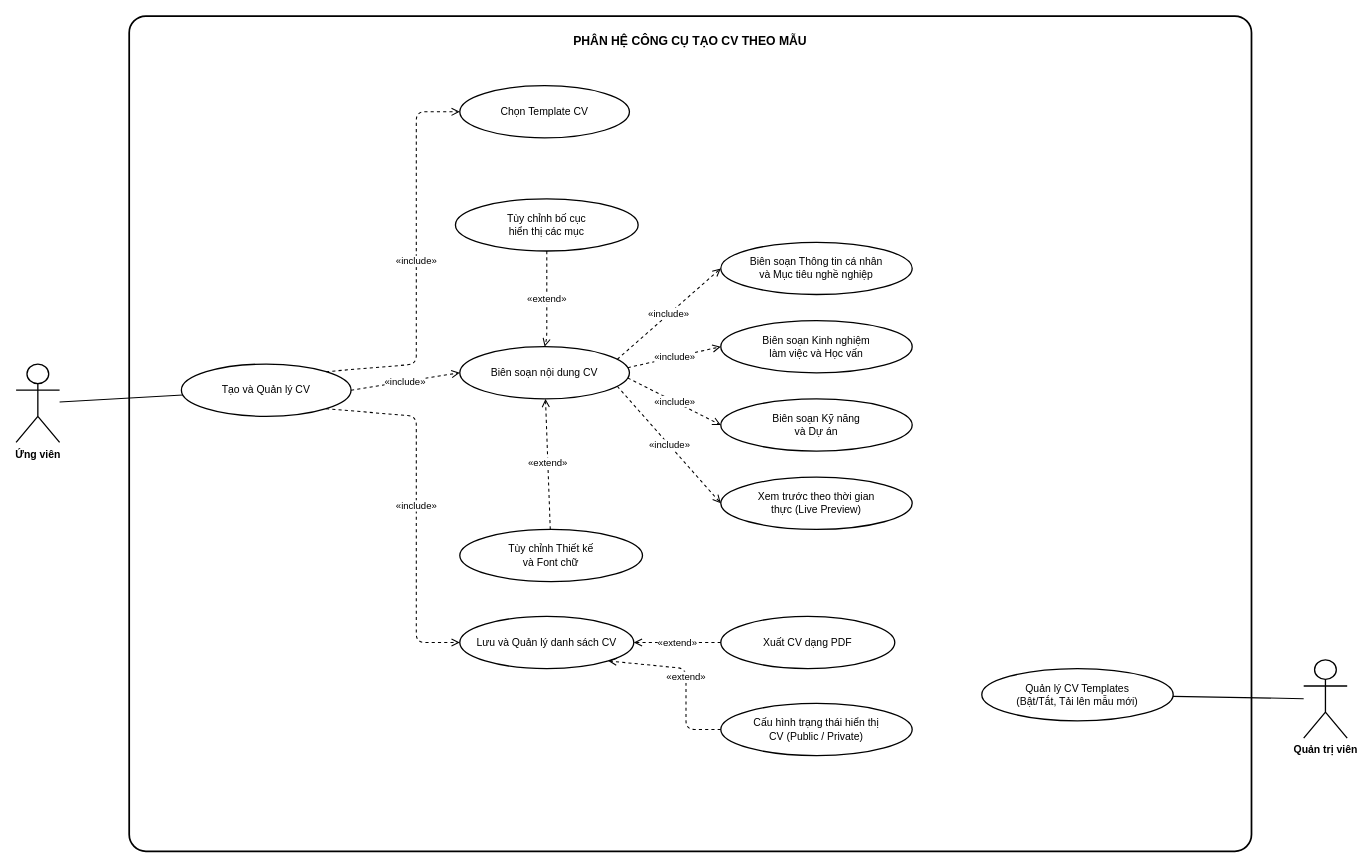
Earlier version of the draw.io diagram diagrams/usecase_cv_template.drawio (SE-Project-CTU/smart-recruitment-docs). Source tidied: cells renumbered, new cells numbered last; positions are measured from the earlier drawing's top-left corner, leaving out a move shared by most shapes. Both pictures are drawn from the tidied source at 87%, with x=0, y=0 at pixel (16, 16).
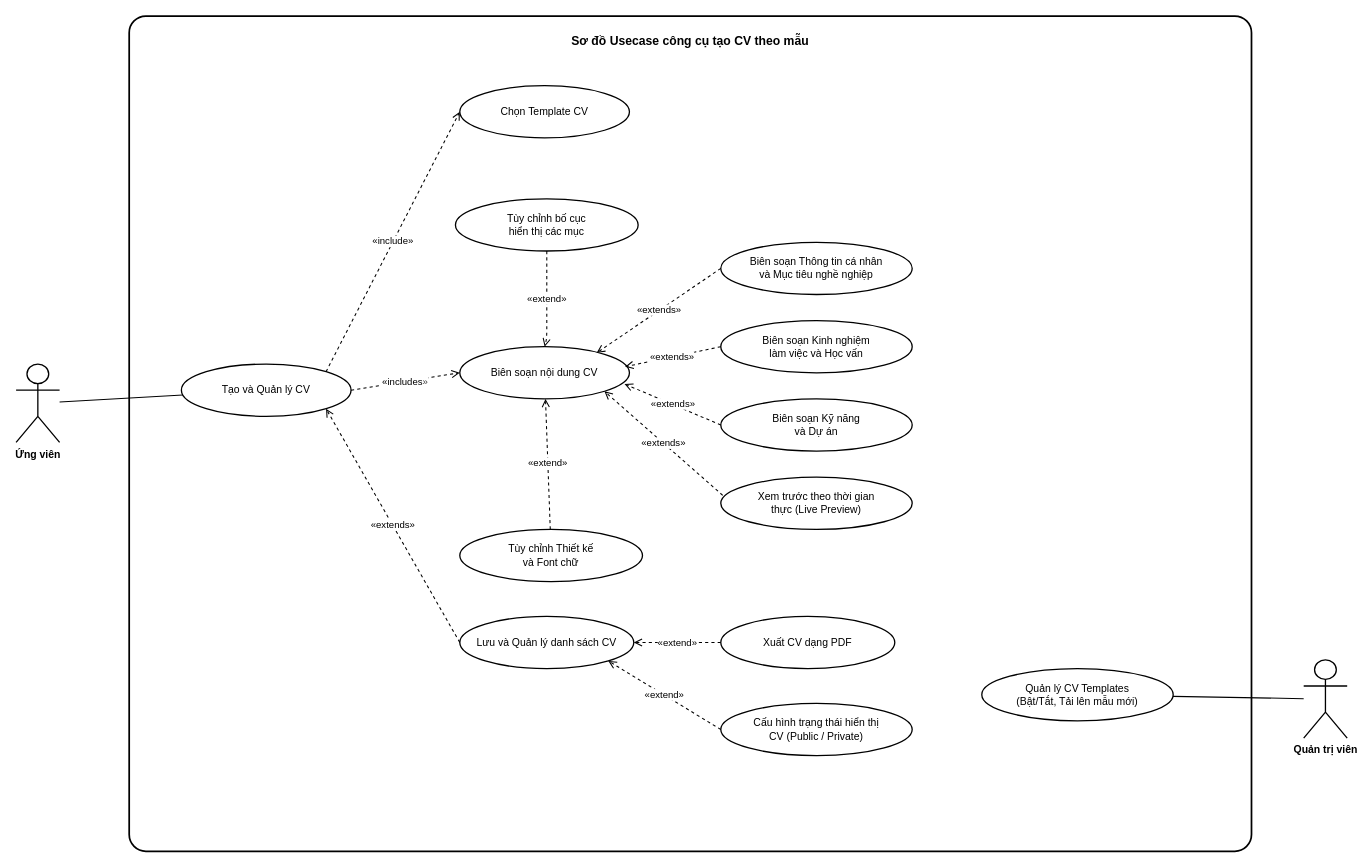
Above is the later version.

Commit message (it also covers changes not shown here):
refactor: fix 6 usecases template

Unchanged cells that the change refers to:
```xml
<mxCell id="5" value="Tạo và Quản lý CV" style="ellipse;whiteSpace=wrap;html=1;strokeWidth=1.5;strokeColor=#000000;fillColor=#FFFFFF;fontColor=#000000;fontSize=12;align=center;verticalAlign=middle;" parent="1" vertex="1">
  <mxGeometry x="190" y="400" width="195" height="60" as="geometry" />
</mxCell>
<mxCell id="6" value="Chọn Template CV" style="ellipse;whiteSpace=wrap;html=1;strokeWidth=1.5;strokeColor=#000000;fillColor=#FFFFFF;fontColor=#000000;fontSize=12;align=center;verticalAlign=middle;" parent="1" vertex="1">
  <mxGeometry x="510" y="80" width="195" height="60" as="geometry" />
</mxCell>
<mxCell id="7" value="Biên soạn nội dung CV" style="ellipse;whiteSpace=wrap;html=1;strokeWidth=1.5;strokeColor=#000000;fillColor=#FFFFFF;fontColor=#000000;fontSize=12;align=center;verticalAlign=middle;" parent="1" vertex="1">
  <mxGeometry x="510" y="380" width="195" height="60" as="geometry" />
</mxCell>
<mxCell id="8" value="Lưu và Quản lý danh sách CV" style="ellipse;whiteSpace=wrap;html=1;strokeWidth=1.5;strokeColor=#000000;fillColor=#FFFFFF;fontColor=#000000;fontSize=12;align=center;verticalAlign=middle;" parent="1" vertex="1">
  <mxGeometry x="510" y="690" width="200" height="60" as="geometry" />
</mxCell>
<mxCell id="9" value="Biên soạn Thông tin cá nhân&#10;và Mục tiêu nghề nghiệp" style="ellipse;whiteSpace=wrap;html=1;strokeWidth=1.5;strokeColor=#000000;fillColor=#FFFFFF;fontColor=#000000;fontSize=12;align=center;verticalAlign=middle;" parent="1" vertex="1">
  <mxGeometry x="810" y="260" width="220" height="60" as="geometry" />
</mxCell>
<mxCell id="10" value="Biên soạn Kinh nghiệm&#10;làm việc và Học vấn" style="ellipse;whiteSpace=wrap;html=1;strokeWidth=1.5;strokeColor=#000000;fillColor=#FFFFFF;fontColor=#000000;fontSize=12;align=center;verticalAlign=middle;" parent="1" vertex="1">
  <mxGeometry x="810" y="350" width="220" height="60" as="geometry" />
</mxCell>
<mxCell id="11" value="Biên soạn Kỹ năng&#10;và Dự án" style="ellipse;whiteSpace=wrap;html=1;strokeWidth=1.5;strokeColor=#000000;fillColor=#FFFFFF;fontColor=#000000;fontSize=12;align=center;verticalAlign=middle;" parent="1" vertex="1">
  <mxGeometry x="810" y="440" width="220" height="60" as="geometry" />
</mxCell>
<mxCell id="12" value="Xem trước theo thời gian&#10;thực (Live Preview)" style="ellipse;whiteSpace=wrap;html=1;strokeWidth=1.5;strokeColor=#000000;fillColor=#FFFFFF;fontColor=#000000;fontSize=12;align=center;verticalAlign=middle;" parent="1" vertex="1">
  <mxGeometry x="810" y="530" width="220" height="60" as="geometry" />
</mxCell>
<mxCell id="16" value="Cấu hình trạng thái hiển thị&#10;CV (Public / Private)" style="ellipse;whiteSpace=wrap;html=1;strokeWidth=1.5;strokeColor=#000000;fillColor=#FFFFFF;fontColor=#000000;fontSize=12;align=center;verticalAlign=middle;" parent="1" vertex="1">
  <mxGeometry x="810" y="790" width="220" height="60" as="geometry" />
</mxCell>
```

Change to the diagram source:
```diff
@@
-    <mxCell id="2" value="PHÂN HỆ CÔNG CỤ TẠO CV THEO MẪU" style="rounded=1;arcSize=2;whiteSpace=wrap;html=1;strokeWidth=2;strokeColor=#000000;fillColor=#FFFFFF;fontColor=#000000;fontStyle=1;fontSize=14;verticalAlign=top;spacingTop=14;glass=0;" parent="1" vertex="1">
+    <mxCell id="2" value="Sơ đồ Usecase công cụ tạo CV theo mẫu" style="rounded=1;arcSize=2;whiteSpace=wrap;html=1;strokeWidth=2;strokeColor=#000000;fillColor=#FFFFFF;fontColor=#000000;fontStyle=1;fontSize=14;verticalAlign=top;spacingTop=14;glass=0;" parent="1" vertex="1">
       <mxGeometry x="130" width="1290" height="960" as="geometry" />
     </mxCell>
@@
     <mxCell id="20" value="«include»" style="dashed=1;endArrow=open;endFill=0;endSize=7;html=1;strokeWidth=1.2;strokeColor=#000000;fontColor=#000000;fontSize=11;labelBackgroundColor=#FFFFFF;exitX=1;exitY=0;exitDx=0;exitDy=0;entryX=0;entryY=0.5;entryDx=0;entryDy=0;" parent="1" edge="1" source="5" target="6">
-      <mxGeometry relative="1" as="geometry">
-        <Array as="points">
-          <mxPoint x="460" y="400" />
-          <mxPoint x="460" y="110" />
-        </Array>
-      </mxGeometry>
+      <mxGeometry relative="1" as="geometry" />
     </mxCell>
-    <mxCell id="21" value="«include»" style="dashed=1;endArrow=open;endFill=0;endSize=7;html=1;strokeWidth=1.2;strokeColor=#000000;fontColor=#000000;fontSize=11;labelBackgroundColor=#FFFFFF;exitX=1;exitY=0.5;exitDx=0;exitDy=0;entryX=0;entryY=0.5;entryDx=0;entryDy=0;" parent="1" edge="1" source="5" target="7">
+    <mxCell id="21" value="&lt;span style=&quot;color: rgb(0, 0, 0);&quot;&gt;«&lt;/span&gt;includes&lt;span style=&quot;color: rgb(63, 63, 63); background-color: light-dark(rgb(255, 255, 255), rgb(18, 18, 18));&quot;&gt;»&lt;/span&gt;" style="dashed=1;endArrow=open;endFill=0;endSize=7;html=1;strokeWidth=1.2;strokeColor=#000000;fontColor=#000000;fontSize=11;labelBackgroundColor=#FFFFFF;exitX=1;exitY=0.5;exitDx=0;exitDy=0;entryX=0;entryY=0.5;entryDx=0;entryDy=0;" parent="1" edge="1" source="5" target="7">
       <mxGeometry relative="1" as="geometry" />
     </mxCell>
-    <mxCell id="22" value="«include»" style="dashed=1;endArrow=open;endFill=0;endSize=7;html=1;strokeWidth=1.2;strokeColor=#000000;fontColor=#000000;fontSize=11;labelBackgroundColor=#FFFFFF;exitX=1;exitY=1;exitDx=0;exitDy=0;entryX=0;entryY=0.5;entryDx=0;entryDy=0;" parent="1" edge="1" source="5" target="8">
-      <mxGeometry relative="1" as="geometry">
-        <Array as="points">
-          <mxPoint x="460" y="460" />
-          <mxPoint x="460" y="720" />
-        </Array>
-      </mxGeometry>
+    <mxCell id="22" value="«extends»" style="dashed=1;endArrow=open;endFill=0;endSize=7;html=1;strokeWidth=1.2;strokeColor=#000000;fontColor=#000000;fontSize=11;labelBackgroundColor=#FFFFFF;exitX=0;exitY=0.5;exitDx=0;exitDy=0;entryX=1;entryY=1;entryDx=0;entryDy=0;" parent="1" edge="1" source="8" target="5">
+      <mxGeometry relative="1" as="geometry" />
     </mxCell>
-    <mxCell id="23" value="«include»" style="dashed=1;endArrow=open;endFill=0;endSize=7;html=1;strokeWidth=1.2;strokeColor=#000000;fontColor=#000000;fontSize=11;labelBackgroundColor=#FFFFFF;exitX=1;exitY=0.2;exitDx=0;exitDy=0;entryX=0;entryY=0.5;entryDx=0;entryDy=0;" parent="1" edge="1" source="7" target="9">
+    <mxCell id="23" value="«extends»" style="dashed=1;endArrow=open;endFill=0;endSize=7;html=1;strokeWidth=1.2;strokeColor=#000000;fontColor=#000000;fontSize=11;labelBackgroundColor=#FFFFFF;exitX=0;exitY=0.5;exitDx=0;exitDy=0;entryX=0.807;entryY=0.118;entryDx=0;entryDy=0;entryPerimeter=0;" parent="1" edge="1" source="9" target="7">
       <mxGeometry relative="1" as="geometry" />
     </mxCell>
-    <mxCell id="24" value="«include»" style="dashed=1;endArrow=open;endFill=0;endSize=7;html=1;strokeWidth=1.2;strokeColor=#000000;fontColor=#000000;fontSize=11;labelBackgroundColor=#FFFFFF;exitX=1;exitY=0.4;exitDx=0;exitDy=0;entryX=0;entryY=0.5;entryDx=0;entryDy=0;" parent="1" edge="1" source="7" target="10">
-      <mxGeometry relative="1" as="geometry" />
+    <mxCell id="24" value="&lt;span style=&quot;color: rgb(0, 0, 0);&quot;&gt;«extends»&lt;/span&gt;" style="dashed=1;endArrow=open;endFill=0;endSize=7;html=1;strokeWidth=1.2;strokeColor=#000000;fontColor=#000000;fontSize=11;labelBackgroundColor=#FFFFFF;exitX=0;exitY=0.5;exitDx=0;exitDy=0;" parent="1" edge="1" source="10">
+      <mxGeometry x="0.01" relative="1" as="geometry">
+        <mxPoint x="700" y="403" as="targetPoint" />
+      </mxGeometry>
     </mxCell>
-    <mxCell id="25" value="«include»" style="dashed=1;endArrow=open;endFill=0;endSize=7;html=1;strokeWidth=1.2;strokeColor=#000000;fontColor=#000000;fontSize=11;labelBackgroundColor=#FFFFFF;exitX=1;exitY=0.6;exitDx=0;exitDy=0;entryX=0;entryY=0.5;entryDx=0;entryDy=0;" parent="1" edge="1" source="7" target="11">
+    <mxCell id="25" value="&lt;span style=&quot;color: rgb(0, 0, 0);&quot;&gt;«extends»&lt;/span&gt;" style="dashed=1;endArrow=open;endFill=0;endSize=7;html=1;strokeWidth=1.2;strokeColor=#000000;fontColor=#000000;fontSize=11;labelBackgroundColor=#FFFFFF;entryX=0.971;entryY=0.714;entryDx=0;entryDy=0;entryPerimeter=0;exitX=0;exitY=0.5;exitDx=0;exitDy=0;" parent="1" edge="1" source="11" target="7">
       <mxGeometry relative="1" as="geometry" />
     </mxCell>
-    <mxCell id="26" value="«include»" style="dashed=1;endArrow=open;endFill=0;endSize=7;html=1;strokeWidth=1.2;strokeColor=#000000;fontColor=#000000;fontSize=11;labelBackgroundColor=#FFFFFF;exitX=1;exitY=0.8;exitDx=0;exitDy=0;entryX=0;entryY=0.5;entryDx=0;entryDy=0;" parent="1" edge="1" source="7" target="12">
+    <mxCell id="26" value="&lt;span style=&quot;color: rgb(0, 0, 0);&quot;&gt;«extends»&lt;/span&gt;" style="dashed=1;endArrow=open;endFill=0;endSize=7;html=1;strokeWidth=1.2;strokeColor=#000000;fontColor=#000000;fontSize=11;labelBackgroundColor=#FFFFFF;exitX=0.01;exitY=0.347;exitDx=0;exitDy=0;exitPerimeter=0;entryX=1;entryY=1;entryDx=0;entryDy=0;" parent="1" edge="1" source="12" target="7">
       <mxGeometry relative="1" as="geometry" />
     </mxCell>
@@
     <mxCell id="30" value="«extend»" style="dashed=1;endArrow=open;endFill=0;endSize=7;html=1;strokeWidth=1.2;strokeColor=#000000;fontColor=#000000;fontSize=11;labelBackgroundColor=#FFFFFF;exitX=0;exitY=0.5;exitDx=0;exitDy=0;entryX=1;entryY=1;entryDx=0;entryDy=0;" parent="1" edge="1" source="16" target="8">
-      <mxGeometry relative="1" as="geometry">
-        <Array as="points">
-          <mxPoint x="770" y="820" />
-          <mxPoint x="770" y="750" />
-        </Array>
-      </mxGeometry>
+      <mxGeometry relative="1" as="geometry" />
     </mxCell>
```
